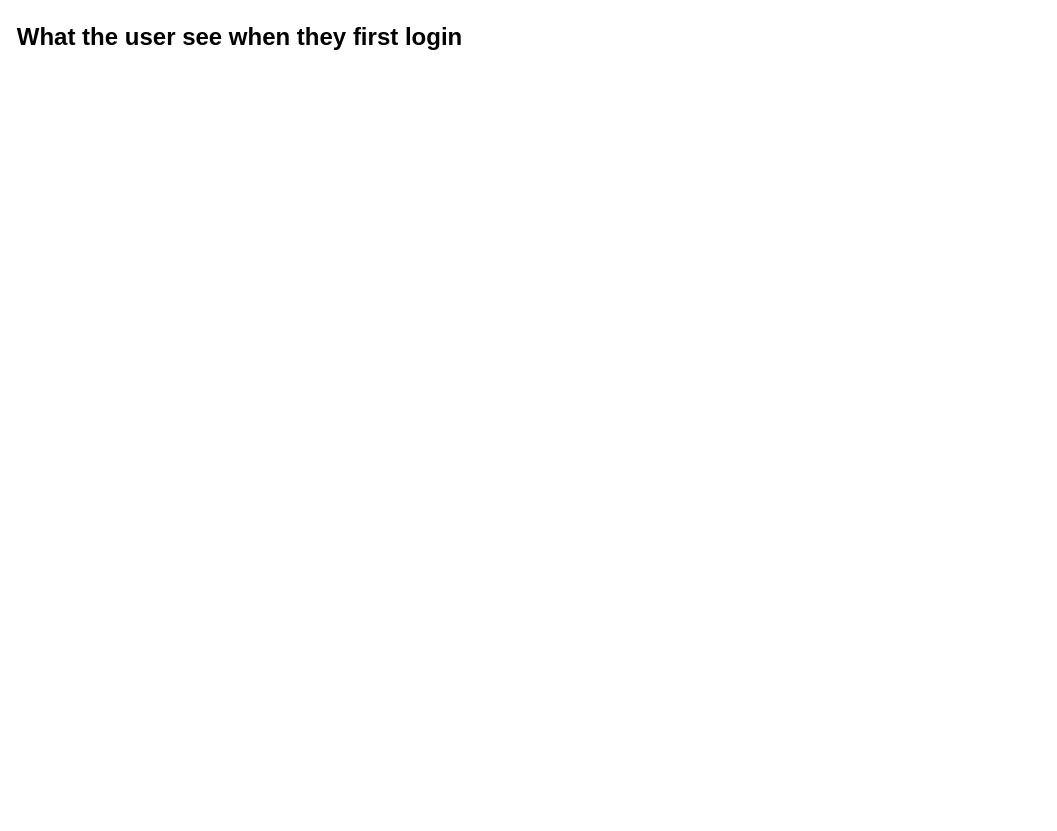
Task-Repository/application-gui keeps this draw.io diagram as page "User Dashboard" (2 of 2) of mockups/wireframe.drawio. Above is the earlier version. Source tidied: cells renumbered, new cells numbered last; positions are measured from the earlier drawing's top-left corner, leaving out a move shared by most shapes. Both pictures are drawn from the tidied source at 100%, with x=0, y=0 at pixel (189, 17).
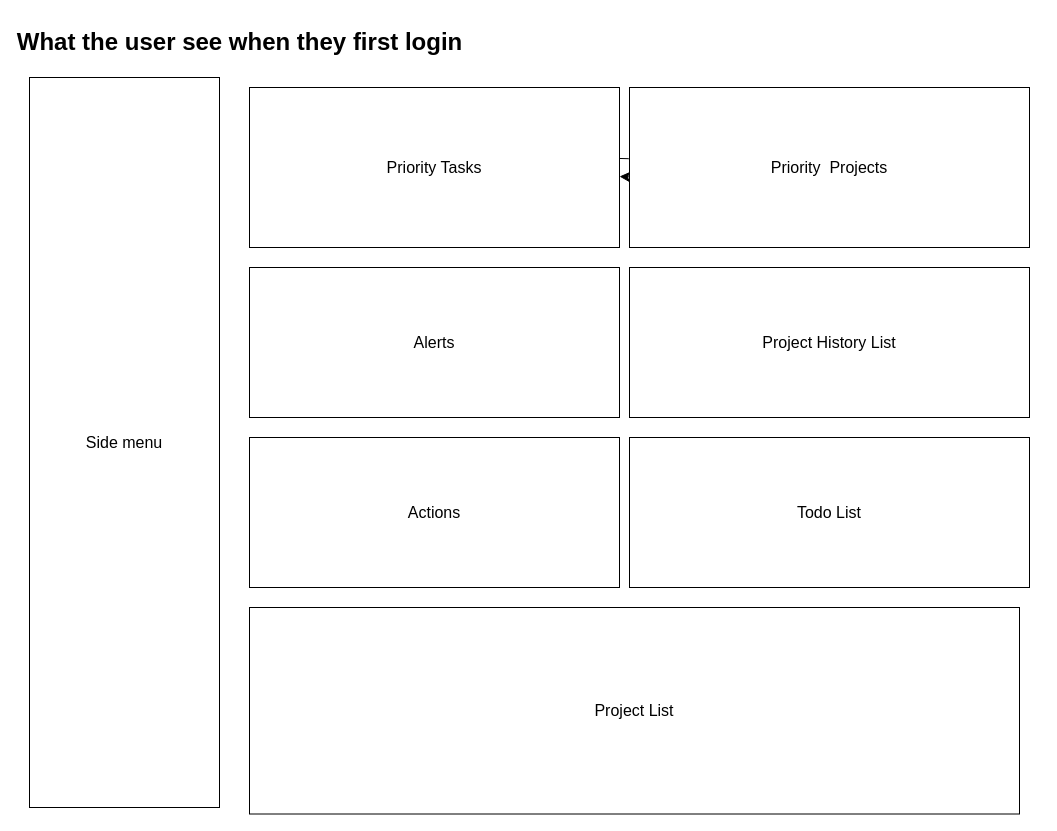
After the change.

Change to the diagram source:
```diff
@@
 <mxGraphModel>
   <root>
     <mxCell id="0" />
     <mxCell id="1" parent="0" />
     <mxCell id="2" value="What the user see when they first login" style="text;strokeColor=none;fillColor=none;html=1;fontSize=24;fontStyle=1;verticalAlign=middle;align=center;" parent="1" vertex="1">
-      <mxGeometry width="100" height="40" as="geometry" />
+      <mxGeometry width="100" height="50" as="geometry" />
     </mxCell>
+    <mxCell id="3" value="Side menu" style="whiteSpace=wrap;html=1;fontSize=16;" parent="1" vertex="1">
+      <mxGeometry x="-160" y="60" width="190" height="730" as="geometry" />
+    </mxCell>
+    <mxCell id="4" value="Priority Tasks" style="whiteSpace=wrap;html=1;fontSize=16;" parent="1" vertex="1">
+      <mxGeometry x="60" y="70" width="370" height="160" as="geometry" />
+    </mxCell>
+    <mxCell id="5" style="edgeStyle=none;curved=1;rounded=0;orthogonalLoop=1;jettySize=auto;html=1;fontSize=12;startSize=8;endSize=8;" parent="1" edge="1" source="4" target="4">
+      <mxGeometry relative="1" as="geometry" />
+    </mxCell>
+    <mxCell id="6" value="Priority &amp;nbsp;Projects" style="whiteSpace=wrap;html=1;fontSize=16;" parent="1" vertex="1">
+      <mxGeometry x="440" y="70" width="400" height="160" as="geometry" />
+    </mxCell>
+    <mxCell id="7" style="edgeStyle=none;curved=1;rounded=0;orthogonalLoop=1;jettySize=auto;html=1;entryX=0.5;entryY=1;entryDx=0;entryDy=0;fontSize=12;startSize=8;endSize=8;" parent="1" edge="1" source="6" target="6">
+      <mxGeometry relative="1" as="geometry" />
+    </mxCell>
+    <mxCell id="8" value="Project List" style="whiteSpace=wrap;html=1;fontSize=16;" parent="1" vertex="1">
+      <mxGeometry x="60" y="590" width="770" height="206.5" as="geometry" />
+    </mxCell>
+    <mxCell id="9" value="Project History List" style="whiteSpace=wrap;html=1;fontSize=16;" parent="1" vertex="1">
+      <mxGeometry x="440" y="250" width="400" height="150" as="geometry" />
+    </mxCell>
+    <mxCell id="10" value="Alerts" style="whiteSpace=wrap;html=1;fontSize=16;" parent="1" vertex="1">
+      <mxGeometry x="60" y="250" width="370" height="150" as="geometry" />
+    </mxCell>
+    <mxCell id="11" value="Actions" style="whiteSpace=wrap;html=1;fontSize=16;" parent="1" vertex="1">
+      <mxGeometry x="60" y="420" width="370" height="150" as="geometry" />
+    </mxCell>
+    <mxCell id="12" value="Todo List" style="whiteSpace=wrap;html=1;fontSize=16;" parent="1" vertex="1">
+      <mxGeometry x="440" y="420" width="400" height="150" as="geometry" />
+    </mxCell>
+    <mxCell id="13" style="edgeStyle=none;curved=1;rounded=0;orthogonalLoop=1;jettySize=auto;html=1;entryX=1;entryY=0.75;entryDx=0;entryDy=0;fontSize=12;startSize=8;endSize=8;" parent="1" edge="1" source="12" target="12">
+      <mxGeometry relative="1" as="geometry" />
+    </mxCell>
   </root>
 </mxGraphModel>
```
